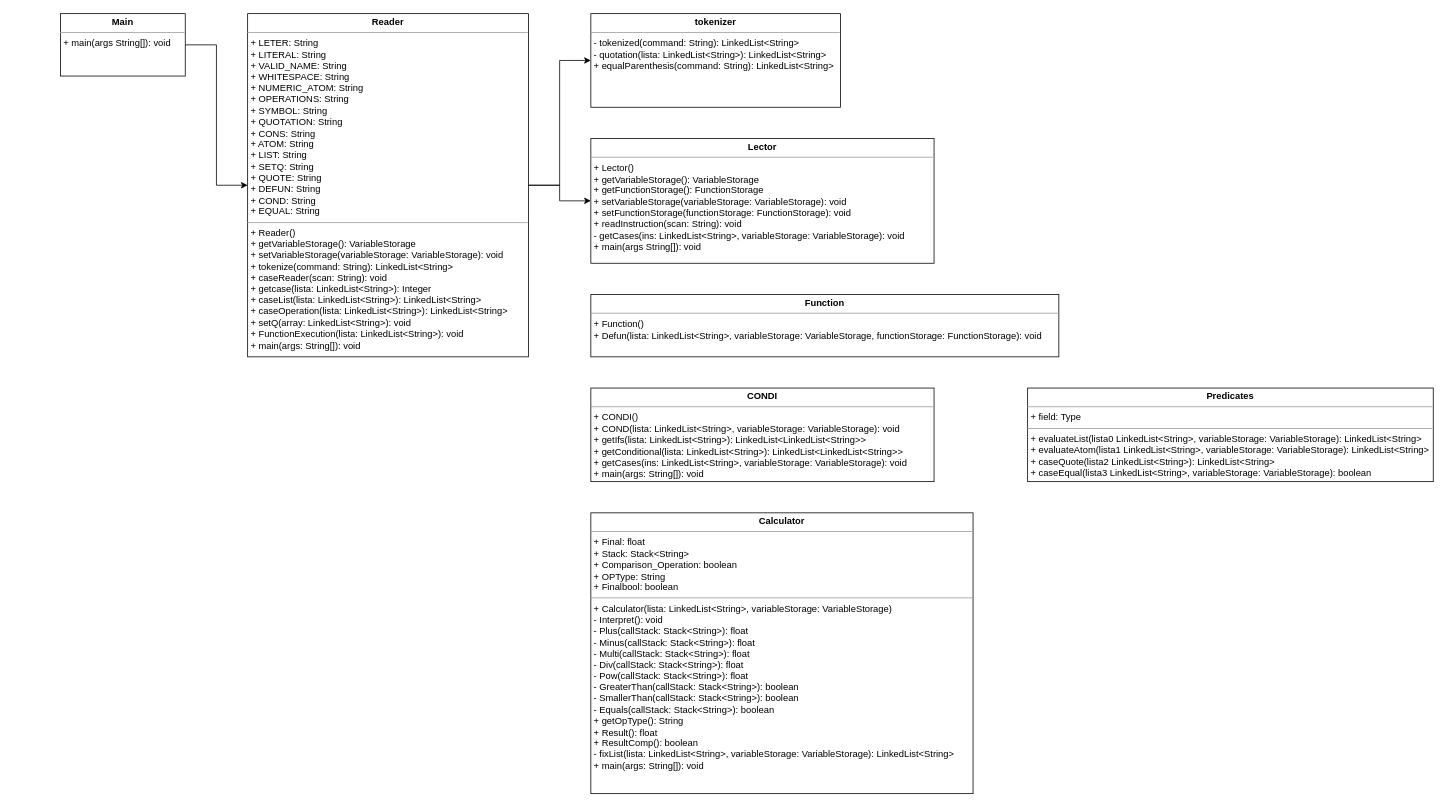
Earlier version of the draw.io diagram Proyecto1/Fases/Fase2/Class Diagram.drawio (DiggsPapu/Proyect1_Lisp_Interpreter). Source tidied: cells renumbered, new cells numbered last; positions are measured from the earlier drawing's top-left corner, leaving out a move shared by most shapes. Both pictures are drawn from the tidied source at 78%, with x=0, y=0 at pixel (60, 13).
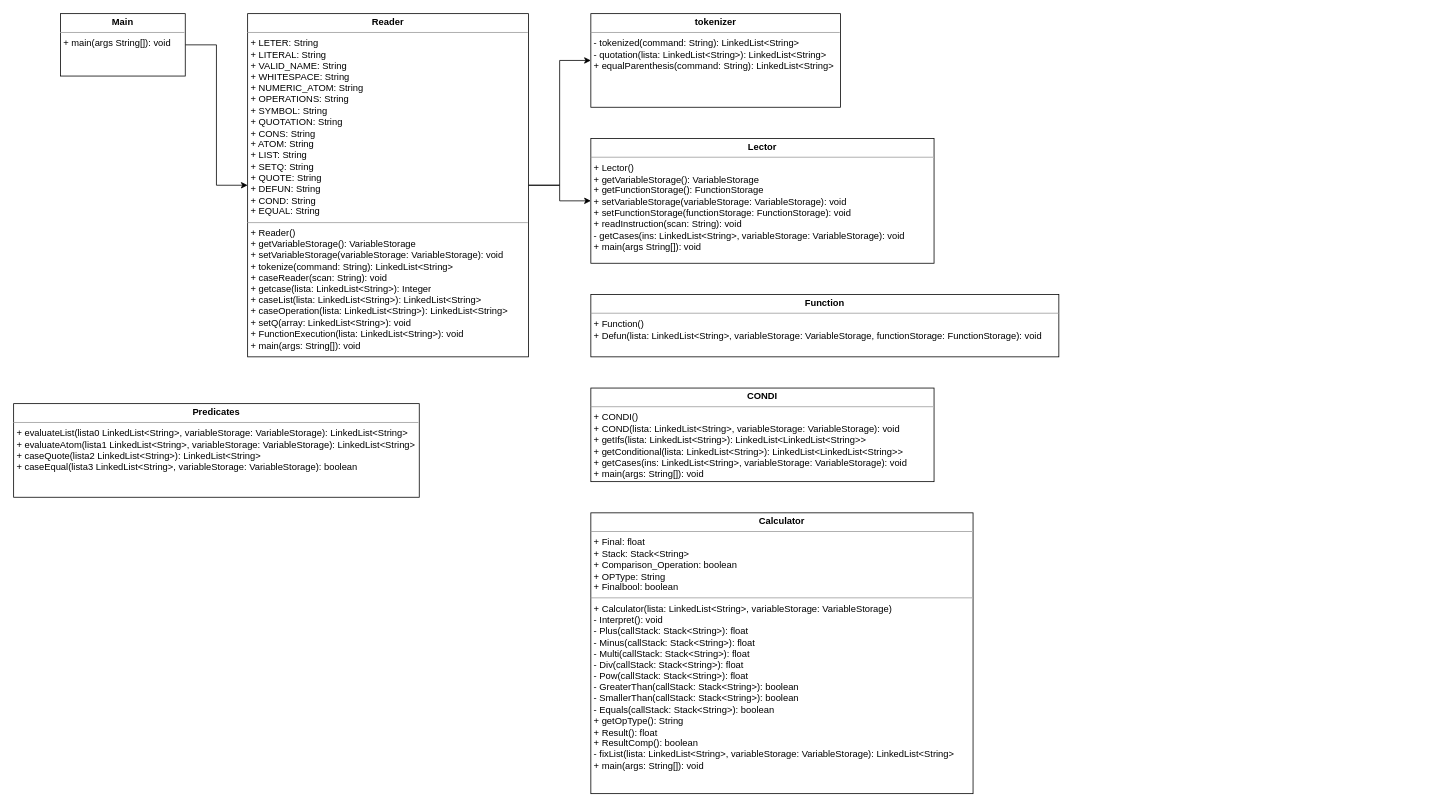
The same page after the edit.

Change to the diagram source:
```diff
@@
 <mxGraphModel>
   <root>
     <mxCell id="0" />
     <mxCell id="1" parent="0" />
     <mxCell id="2" style="edgeStyle=orthogonalEdgeStyle;rounded=0;jettySize=auto;html=1;" parent="1" edge="1" source="4" target="5">
       <mxGeometry relative="1" as="geometry" />
     </mxCell>
     <mxCell id="3" style="edgeStyle=orthogonalEdgeStyle;rounded=0;jettySize=auto;html=1;exitX=1;exitY=0.5;exitDx=0;exitDy=0;" parent="1" edge="1" source="4" target="8">
       <mxGeometry relative="1" as="geometry" />
     </mxCell>
     <mxCell id="4" value="&lt;p style=&quot;margin: 0px ; margin-top: 4px ; text-align: center&quot;&gt;&lt;b&gt;Reader&lt;/b&gt;&lt;/p&gt;&lt;hr size=&quot;1&quot;&gt;&lt;p style=&quot;margin: 0px ; margin-left: 4px&quot;&gt;+ LETER: String&lt;/p&gt;&lt;p style=&quot;margin: 0px ; margin-left: 4px&quot;&gt;+ LITERAL: String&lt;br&gt;&lt;/p&gt;&lt;p style=&quot;margin: 0px ; margin-left: 4px&quot;&gt;+ VALID_NAME: String&lt;br&gt;&lt;/p&gt;&lt;p style=&quot;margin: 0px ; margin-left: 4px&quot;&gt;+ WHITESPACE: String&lt;br&gt;&lt;/p&gt;&lt;p style=&quot;margin: 0px ; margin-left: 4px&quot;&gt;+ NUMERIC_ATOM: String&lt;br&gt;&lt;/p&gt;&lt;p style=&quot;margin: 0px ; margin-left: 4px&quot;&gt;+ OPERATIONS: String&lt;br&gt;&lt;/p&gt;&lt;p style=&quot;margin: 0px ; margin-left: 4px&quot;&gt;+ SYMBOL: String&lt;br&gt;&lt;/p&gt;&lt;p style=&quot;margin: 0px ; margin-left: 4px&quot;&gt;+ QUOTATION: String&lt;br&gt;&lt;/p&gt;&lt;p style=&quot;margin: 0px ; margin-left: 4px&quot;&gt;+ CONS: String&lt;br&gt;&lt;/p&gt;&lt;p style=&quot;margin: 0px ; margin-left: 4px&quot;&gt;+ ATOM: String&lt;br&gt;&lt;/p&gt;&lt;p style=&quot;margin: 0px ; margin-left: 4px&quot;&gt;+ LIST: String&lt;br&gt;&lt;/p&gt;&lt;p style=&quot;margin: 0px ; margin-left: 4px&quot;&gt;+ SETQ: String&lt;br&gt;&lt;/p&gt;&lt;p style=&quot;margin: 0px ; margin-left: 4px&quot;&gt;+ QUOTE: String&lt;br&gt;&lt;/p&gt;&lt;p style=&quot;margin: 0px ; margin-left: 4px&quot;&gt;+ DEFUN: String&lt;br&gt;&lt;/p&gt;&lt;p style=&quot;margin: 0px ; margin-left: 4px&quot;&gt;+ COND: String&lt;br&gt;&lt;/p&gt;&lt;p style=&quot;margin: 0px ; margin-left: 4px&quot;&gt;+ EQUAL: String&lt;br&gt;&lt;/p&gt;&lt;hr size=&quot;1&quot;&gt;&lt;p style=&quot;margin: 0px ; margin-left: 4px&quot;&gt;+ Reader()&lt;br&gt;&lt;/p&gt;&lt;p style=&quot;margin: 0px ; margin-left: 4px&quot;&gt;+ getVariableStorage(): VariableStorage&lt;/p&gt;&lt;p style=&quot;margin: 0px ; margin-left: 4px&quot;&gt;+&amp;nbsp;setVariableStorage(variableStorage: VariableStorage): void&lt;/p&gt;&lt;p style=&quot;margin: 0px ; margin-left: 4px&quot;&gt;+ tokenize(command: String): LinkedList&amp;lt;String&amp;gt;&lt;/p&gt;&lt;p style=&quot;margin: 0px ; margin-left: 4px&quot;&gt;+ caseReader(scan: String): void&lt;/p&gt;&lt;p style=&quot;margin: 0px ; margin-left: 4px&quot;&gt;+ getcase(lista: LinkedList&amp;lt;String&amp;gt;): Integer&lt;/p&gt;&lt;p style=&quot;margin: 0px ; margin-left: 4px&quot;&gt;+ caseList(lista: LinkedList&amp;lt;String&amp;gt;): LinkedList&amp;lt;String&amp;gt;&lt;/p&gt;&lt;p style=&quot;margin: 0px ; margin-left: 4px&quot;&gt;+ caseOperation(lista: LinkedList&amp;lt;String&amp;gt;): LinkedList&amp;lt;String&amp;gt;&lt;/p&gt;&lt;p style=&quot;margin: 0px ; margin-left: 4px&quot;&gt;+ setQ(array: LinkedList&amp;lt;String&amp;gt;): void&lt;/p&gt;&lt;p style=&quot;margin: 0px ; margin-left: 4px&quot;&gt;+ FunctionExecution(lista: LinkedList&amp;lt;String&amp;gt;): void&lt;/p&gt;&lt;p style=&quot;margin: 0px ; margin-left: 4px&quot;&gt;+ main(args: String[]): void&lt;/p&gt;" style="verticalAlign=top;align=left;overflow=fill;fontSize=12;fontFamily=Helvetica;html=1;" parent="1" vertex="1">
       <mxGeometry x="240" width="360" height="440" as="geometry" />
     </mxCell>
     <mxCell id="5" value="&lt;p style=&quot;margin: 0px ; margin-top: 4px ; text-align: center&quot;&gt;&lt;b&gt;tokenizer&lt;/b&gt;&lt;/p&gt;&lt;hr size=&quot;1&quot;&gt;&lt;p style=&quot;margin: 0px ; margin-left: 4px&quot;&gt;- tokenized(command: String): LinkedList&amp;lt;String&amp;gt;&lt;br&gt;&lt;/p&gt;&lt;p style=&quot;margin: 0px ; margin-left: 4px&quot;&gt;- quotation(lista: LinkedList&amp;lt;String&amp;gt;): LinkedList&amp;lt;String&amp;gt;&lt;/p&gt;&lt;p style=&quot;margin: 0px ; margin-left: 4px&quot;&gt;+ equalParenthesis(command: String): LinkedList&amp;lt;String&amp;gt;&lt;/p&gt;" style="verticalAlign=top;align=left;overflow=fill;fontSize=12;fontFamily=Helvetica;html=1;" parent="1" vertex="1">
       <mxGeometry x="680" width="320" height="120" as="geometry" />
     </mxCell>
     <mxCell id="6" style="edgeStyle=orthogonalEdgeStyle;rounded=0;jettySize=auto;html=1;" parent="1" edge="1" source="7" target="4">
       <mxGeometry relative="1" as="geometry" />
     </mxCell>
     <mxCell id="7" value="&lt;p style=&quot;margin: 0px ; margin-top: 4px ; text-align: center&quot;&gt;&lt;b&gt;Main&lt;/b&gt;&lt;/p&gt;&lt;hr size=&quot;1&quot;&gt;&lt;p style=&quot;margin: 0px ; margin-left: 4px&quot;&gt;+ main(args String[]): void&lt;br&gt;&lt;/p&gt;" style="verticalAlign=top;align=left;overflow=fill;fontSize=12;fontFamily=Helvetica;html=1;" parent="1" vertex="1">
       <mxGeometry width="160" height="80" as="geometry" />
     </mxCell>
     <mxCell id="8" value="&lt;p style=&quot;margin: 0px ; margin-top: 4px ; text-align: center&quot;&gt;&lt;b&gt;Lector&lt;/b&gt;&lt;/p&gt;&lt;hr size=&quot;1&quot;&gt;&lt;p style=&quot;margin: 0px ; margin-left: 4px&quot;&gt;+ Lector()&lt;/p&gt;&lt;p style=&quot;margin: 0px ; margin-left: 4px&quot;&gt;+ getVariableStorage(): VariableStorage&lt;/p&gt;&lt;p style=&quot;margin: 0px ; margin-left: 4px&quot;&gt;+ getFunctionStorage(): FunctionStorage&lt;/p&gt;&lt;p style=&quot;margin: 0px ; margin-left: 4px&quot;&gt;+ setVariableStorage(variableStorage: VariableStorage): void&lt;/p&gt;&lt;p style=&quot;margin: 0px ; margin-left: 4px&quot;&gt;+ setFunctionStorage(functionStorage: FunctionStorage): void&lt;/p&gt;&lt;p style=&quot;margin: 0px ; margin-left: 4px&quot;&gt;+ readInstruction(scan: String): void&lt;/p&gt;&lt;p style=&quot;margin: 0px ; margin-left: 4px&quot;&gt;- getCases(ins: LinkedList&amp;lt;String&amp;gt;, variableStorage: VariableStorage): void&lt;/p&gt;&lt;p style=&quot;margin: 0px ; margin-left: 4px&quot;&gt;+ main(args String[]): void&lt;/p&gt;" style="verticalAlign=top;align=left;overflow=fill;fontSize=12;fontFamily=Helvetica;html=1;" parent="1" vertex="1">
       <mxGeometry x="680" y="160" width="440" height="160" as="geometry" />
     </mxCell>
     <mxCell id="9" value="&lt;p style=&quot;margin: 0px ; margin-top: 4px ; text-align: center&quot;&gt;&lt;b&gt;Function&lt;/b&gt;&lt;/p&gt;&lt;hr size=&quot;1&quot;&gt;&lt;p style=&quot;margin: 0px ; margin-left: 4px&quot;&gt;+ Function()&lt;/p&gt;&lt;p style=&quot;margin: 0px ; margin-left: 4px&quot;&gt;+ Defun(lista: LinkedList&amp;lt;String&amp;gt;, variableStorage: VariableStorage, functionStorage: FunctionStorage): void&lt;/p&gt;" style="verticalAlign=top;align=left;overflow=fill;fontSize=12;fontFamily=Helvetica;html=1;" parent="1" vertex="1">
       <mxGeometry x="680" y="360" width="600" height="80" as="geometry" />
     </mxCell>
     <mxCell id="10" value="&lt;p style=&quot;margin: 0px ; margin-top: 4px ; text-align: center&quot;&gt;&lt;b&gt;CONDI&lt;/b&gt;&lt;/p&gt;&lt;hr size=&quot;1&quot;&gt;&lt;p style=&quot;margin: 0px ; margin-left: 4px&quot;&gt;+ CONDI()&lt;/p&gt;&lt;p style=&quot;margin: 0px ; margin-left: 4px&quot;&gt;+ COND(lista: LinkedList&amp;lt;String&amp;gt;, variableStorage: VariableStorage): void&lt;/p&gt;&lt;p style=&quot;margin: 0px ; margin-left: 4px&quot;&gt;+ getIfs(lista: LinkedList&amp;lt;String&amp;gt;): LinkedList&amp;lt;LinkedList&amp;lt;String&amp;gt;&amp;gt;&lt;/p&gt;&lt;p style=&quot;margin: 0px ; margin-left: 4px&quot;&gt;+ getConditional(lista: LinkedList&amp;lt;String&amp;gt;): LinkedList&amp;lt;LinkedList&amp;lt;String&amp;gt;&amp;gt;&lt;/p&gt;&lt;p style=&quot;margin: 0px ; margin-left: 4px&quot;&gt;+ getCases(ins: LinkedList&amp;lt;String&amp;gt;, variableStorage: VariableStorage): void&lt;/p&gt;&lt;p style=&quot;margin: 0px ; margin-left: 4px&quot;&gt;+ main(args: String[]): void&lt;/p&gt;" style="verticalAlign=top;align=left;overflow=fill;fontSize=12;fontFamily=Helvetica;html=1;" parent="1" vertex="1">
       <mxGeometry x="680" y="480" width="440" height="120" as="geometry" />
     </mxCell>
     <mxCell id="11" value="&lt;p style=&quot;margin: 0px ; margin-top: 4px ; text-align: center&quot;&gt;&lt;b&gt;Calculator&lt;/b&gt;&lt;/p&gt;&lt;hr size=&quot;1&quot;&gt;&lt;p style=&quot;margin: 0px ; margin-left: 4px&quot;&gt;+ Final: float&lt;/p&gt;&lt;p style=&quot;margin: 0px ; margin-left: 4px&quot;&gt;+ Stack: Stack&amp;lt;String&amp;gt;&lt;/p&gt;&lt;p style=&quot;margin: 0px ; margin-left: 4px&quot;&gt;+ Comparison_Operation: boolean&lt;/p&gt;&lt;p style=&quot;margin: 0px ; margin-left: 4px&quot;&gt;+ OPType: String&lt;/p&gt;&lt;p style=&quot;margin: 0px ; margin-left: 4px&quot;&gt;+ Finalbool: boolean&lt;/p&gt;&lt;hr size=&quot;1&quot;&gt;&lt;p style=&quot;margin: 0px ; margin-left: 4px&quot;&gt;+ Calculator(lista: LinkedList&amp;lt;String&amp;gt;, variableStorage: VariableStorage)&lt;/p&gt;&lt;p style=&quot;margin: 0px ; margin-left: 4px&quot;&gt;- Interpret(): void&lt;/p&gt;&lt;p style=&quot;margin: 0px ; margin-left: 4px&quot;&gt;- Plus(callStack: Stack&amp;lt;String&amp;gt;): float&lt;/p&gt;&lt;p style=&quot;margin: 0px ; margin-left: 4px&quot;&gt;- Minus(callStack: Stack&amp;lt;String&amp;gt;): float&lt;br&gt;&lt;/p&gt;&lt;p style=&quot;margin: 0px ; margin-left: 4px&quot;&gt;- Multi(callStack: Stack&amp;lt;String&amp;gt;): float&lt;br&gt;&lt;/p&gt;&lt;p style=&quot;margin: 0px ; margin-left: 4px&quot;&gt;- Div(callStack: Stack&amp;lt;String&amp;gt;): float&lt;br&gt;&lt;/p&gt;&lt;p style=&quot;margin: 0px ; margin-left: 4px&quot;&gt;- Pow(callStack: Stack&amp;lt;String&amp;gt;): float&lt;br&gt;&lt;/p&gt;&lt;p style=&quot;margin: 0px ; margin-left: 4px&quot;&gt;- GreaterThan(callStack: Stack&amp;lt;String&amp;gt;): boolean&lt;br&gt;&lt;/p&gt;&lt;p style=&quot;margin: 0px ; margin-left: 4px&quot;&gt;- SmallerThan(callStack: Stack&amp;lt;String&amp;gt;): boolean&lt;br&gt;&lt;/p&gt;&lt;p style=&quot;margin: 0px ; margin-left: 4px&quot;&gt;- Equals(callStack: Stack&amp;lt;String&amp;gt;): boolean&lt;br&gt;&lt;/p&gt;&lt;p style=&quot;margin: 0px ; margin-left: 4px&quot;&gt;+ getOpType(): String&lt;/p&gt;&lt;p style=&quot;margin: 0px ; margin-left: 4px&quot;&gt;+ Result(): float&lt;/p&gt;&lt;p style=&quot;margin: 0px ; margin-left: 4px&quot;&gt;+ ResultComp(): boolean&lt;/p&gt;&lt;p style=&quot;margin: 0px ; margin-left: 4px&quot;&gt;- fixList(lista: LinkedList&amp;lt;String&amp;gt;, variableStorage: VariableStorage): LinkedList&amp;lt;String&amp;gt;&lt;/p&gt;&lt;p style=&quot;margin: 0px ; margin-left: 4px&quot;&gt;+ main(args: String[]): void&lt;/p&gt;" style="verticalAlign=top;align=left;overflow=fill;fontSize=12;fontFamily=Helvetica;html=1;" parent="1" vertex="1">
       <mxGeometry x="680" y="640" width="490" height="360" as="geometry" />
     </mxCell>
-    <mxCell id="12" value="&lt;p style=&quot;margin: 0px ; margin-top: 4px ; text-align: center&quot;&gt;&lt;b&gt;Predicates&lt;/b&gt;&lt;/p&gt;&lt;hr size=&quot;1&quot;&gt;&lt;p style=&quot;margin: 0px ; margin-left: 4px&quot;&gt;+ field: Type&lt;/p&gt;&lt;hr size=&quot;1&quot;&gt;&lt;p style=&quot;margin: 0px ; margin-left: 4px&quot;&gt;+ evaluateList(lista0 LinkedList&amp;lt;String&amp;gt;, variableStorage: VariableStorage): LinkedList&amp;lt;String&amp;gt;&lt;/p&gt;&lt;p style=&quot;margin: 0px ; margin-left: 4px&quot;&gt;+ evaluateAtom(lista1 LinkedList&amp;lt;String&amp;gt;, variableStorage: VariableStorage): LinkedList&amp;lt;String&amp;gt;&lt;br&gt;&lt;/p&gt;&lt;p style=&quot;margin: 0px ; margin-left: 4px&quot;&gt;+ caseQuote(lista2 LinkedList&amp;lt;String&amp;gt;): LinkedList&amp;lt;String&amp;gt;&lt;br&gt;&lt;/p&gt;&lt;p style=&quot;margin: 0px ; margin-left: 4px&quot;&gt;+ caseEqual(lista3 LinkedList&amp;lt;String&amp;gt;, variableStorage: VariableStorage): boolean&lt;br&gt;&lt;/p&gt;&lt;p style=&quot;margin: 0px ; margin-left: 4px&quot;&gt;&lt;br&gt;&lt;/p&gt;" style="verticalAlign=top;align=left;overflow=fill;fontSize=12;fontFamily=Helvetica;html=1;" parent="1" vertex="1">
-      <mxGeometry x="1240" y="480" width="520" height="120" as="geometry" />
+    <mxCell id="12" value="&lt;p style=&quot;margin: 0px ; margin-top: 4px ; text-align: center&quot;&gt;&lt;b&gt;Predicates&lt;/b&gt;&lt;/p&gt;&lt;hr size=&quot;1&quot;&gt;&lt;p style=&quot;margin: 0px ; margin-left: 4px&quot;&gt;+ evaluateList(lista0 LinkedList&amp;lt;String&amp;gt;, variableStorage: VariableStorage): LinkedList&amp;lt;String&amp;gt;&lt;/p&gt;&lt;p style=&quot;margin: 0px ; margin-left: 4px&quot;&gt;+ evaluateAtom(lista1 LinkedList&amp;lt;String&amp;gt;, variableStorage: VariableStorage): LinkedList&amp;lt;String&amp;gt;&lt;br&gt;&lt;/p&gt;&lt;p style=&quot;margin: 0px ; margin-left: 4px&quot;&gt;+ caseQuote(lista2 LinkedList&amp;lt;String&amp;gt;): LinkedList&amp;lt;String&amp;gt;&lt;br&gt;&lt;/p&gt;&lt;p style=&quot;margin: 0px ; margin-left: 4px&quot;&gt;+ caseEqual(lista3 LinkedList&amp;lt;String&amp;gt;, variableStorage: VariableStorage): boolean&lt;br&gt;&lt;/p&gt;&lt;p style=&quot;margin: 0px ; margin-left: 4px&quot;&gt;&lt;br&gt;&lt;/p&gt;" style="verticalAlign=top;align=left;overflow=fill;fontSize=12;fontFamily=Helvetica;html=1;" parent="1" vertex="1">
+      <mxGeometry x="-60" y="500" width="520" height="120" as="geometry" />
     </mxCell>
   </root>
 </mxGraphModel>
```
